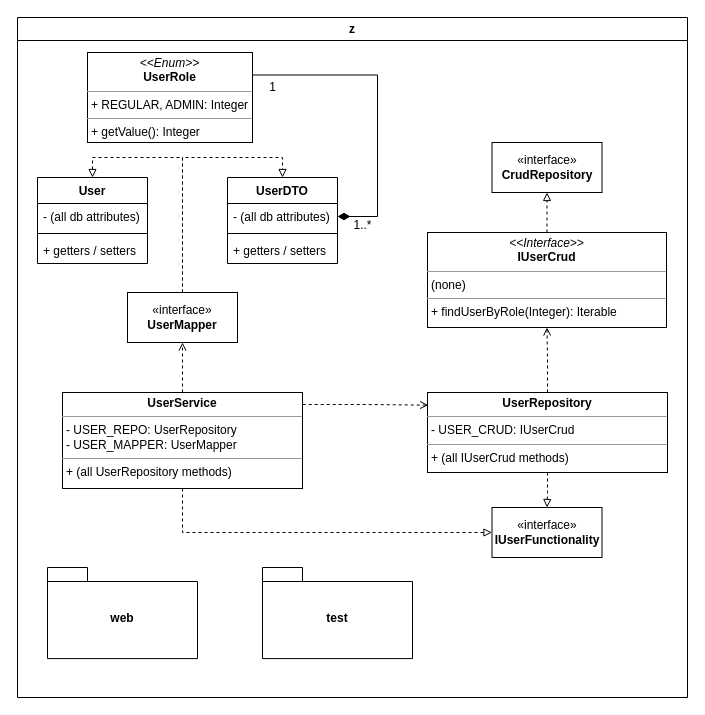
The draw.io diagram diagrams/user_service_class_diagram.drawio in NM4TT/Restful-CRUD-App, before the edit. Source tidied: cells renumbered, new cells numbered last; positions are measured from the earlier drawing's top-left corner, leaving out a move shared by most shapes. Both pictures are drawn from the tidied source at 100%, with x=0, y=0 at pixel (17, 17).
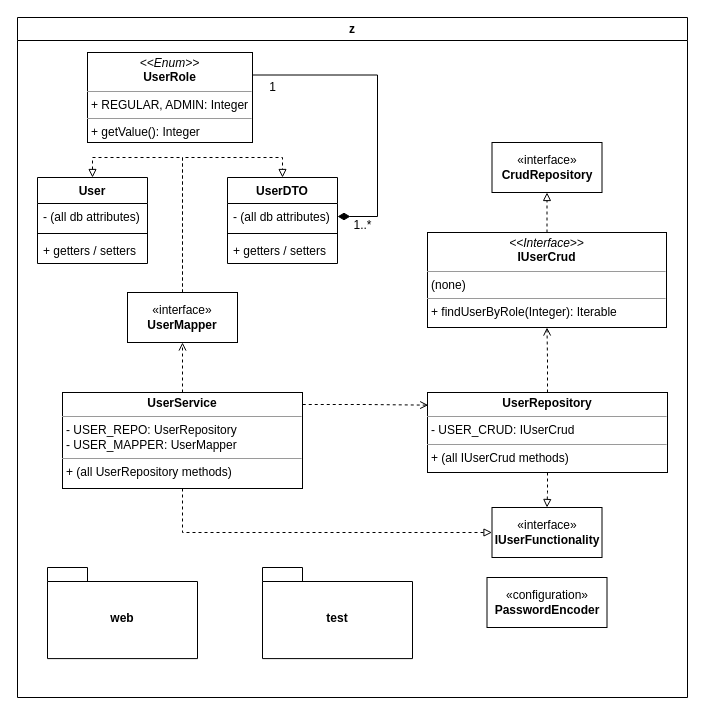
The same diagram, later.

Commit message (it also covers changes not shown here):
Add PasswordEncoder to user_service_class_diagram

Unchanged cells that the change refers to:
```xml
<mxCell id="2" value="z" style="swimlane;whiteSpace=wrap;html=1;" parent="1" vertex="1">
  <mxGeometry width="670" height="680" as="geometry" />
</mxCell>
```

Diff of the diagram source:
```diff
@@
+    <mxCell id="31" value="«configuration»&lt;br&gt;&lt;b&gt;PasswordEncoder&lt;/b&gt;" style="html=1;whiteSpace=wrap;" parent="2" vertex="1">
+      <mxGeometry x="469.5" y="560" width="120" height="50" as="geometry" />
+    </mxCell>
```
